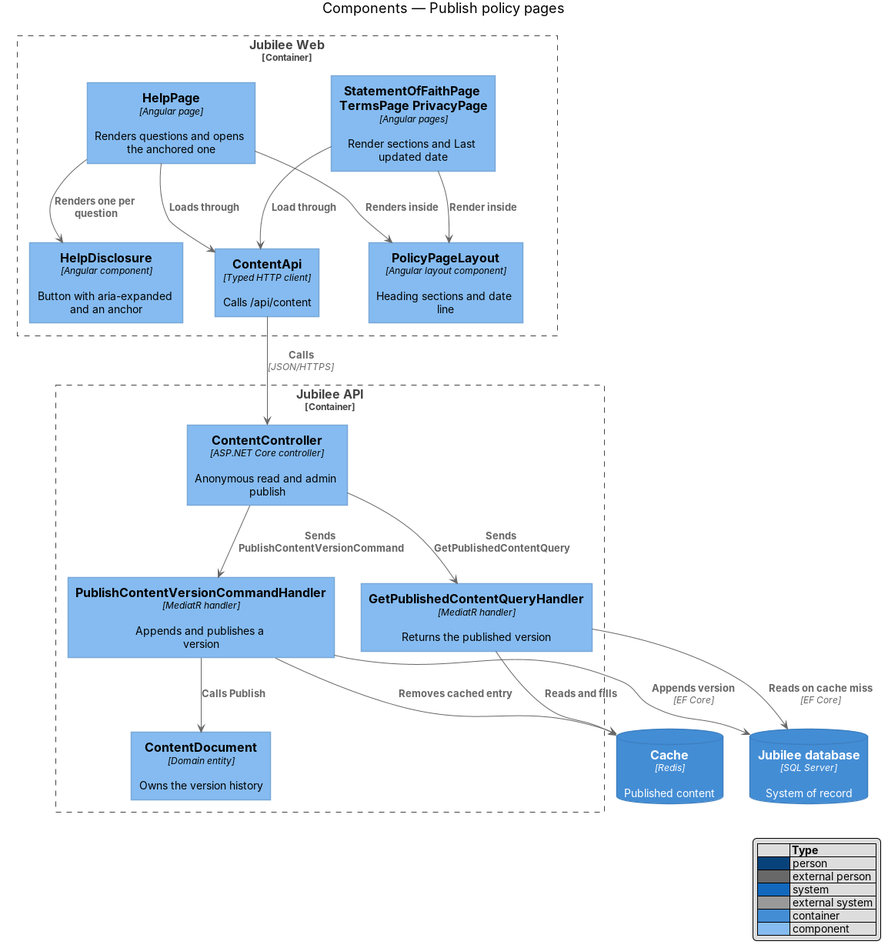
QuinntyneBrown/jubilee keeps this PlantUML diagram as docs/detailed-designs/trust-content/publish-policy-pages/diagrams/c4-component.png. Above is the earlier version. Its source is kept beside it as docs/detailed-designs/trust-content/publish-policy-pages/diagrams/c4-component.puml. Source of this version:
```plantuml
@startuml
!include <C4/C4_Component>
LAYOUT_WITH_LEGEND()
title Components — Publish policy pages

Container_Boundary(web, "Jubilee Web") {
  Component(pages, "StatementOfFaithPage TermsPage PrivacyPage", "Angular pages", "Render sections and Last updated date")
  Component(help, "HelpPage", "Angular page", "Renders questions and opens the anchored one")
  Component(disc, "HelpDisclosure", "Angular component", "Button with aria-expanded and an anchor")
  Component(layout, "PolicyPageLayout", "Angular layout component", "Heading sections and date line")
  Component(client, "ContentApi", "Typed HTTP client", "Calls /api/content")
}
Container_Boundary(api, "Jubilee API") {
  Component(ctrl, "ContentController", "ASP.NET Core controller", "Anonymous read and admin publish")
  Component(read, "GetPublishedContentQueryHandler", "MediatR handler", "Returns the published version")
  Component(pub, "PublishContentVersionCommandHandler", "MediatR handler", "Appends and publishes a version")
  Component(doc, "ContentDocument", "Domain entity", "Owns the version history")
}
ContainerDb(db, "Jubilee database", "SQL Server", "System of record")
ContainerDb(cache, "Cache", "Redis", "Published content")

Rel(pages, layout, "Render inside")
Rel(help, layout, "Renders inside")
Rel(help, disc, "Renders one per question")
Rel(pages, client, "Load through")
Rel(help, client, "Loads through")
Rel(client, ctrl, "Calls", "JSON/HTTPS")
Rel(ctrl, read, "Sends GetPublishedContentQuery")
Rel(ctrl, pub, "Sends PublishContentVersionCommand")
Rel(read, cache, "Reads and fills")
Rel(read, db, "Reads on cache miss", "EF Core")
Rel(pub, doc, "Calls Publish")
Rel(pub, db, "Appends version", "EF Core")
Rel(pub, cache, "Removes cached entry")
@enduml
```
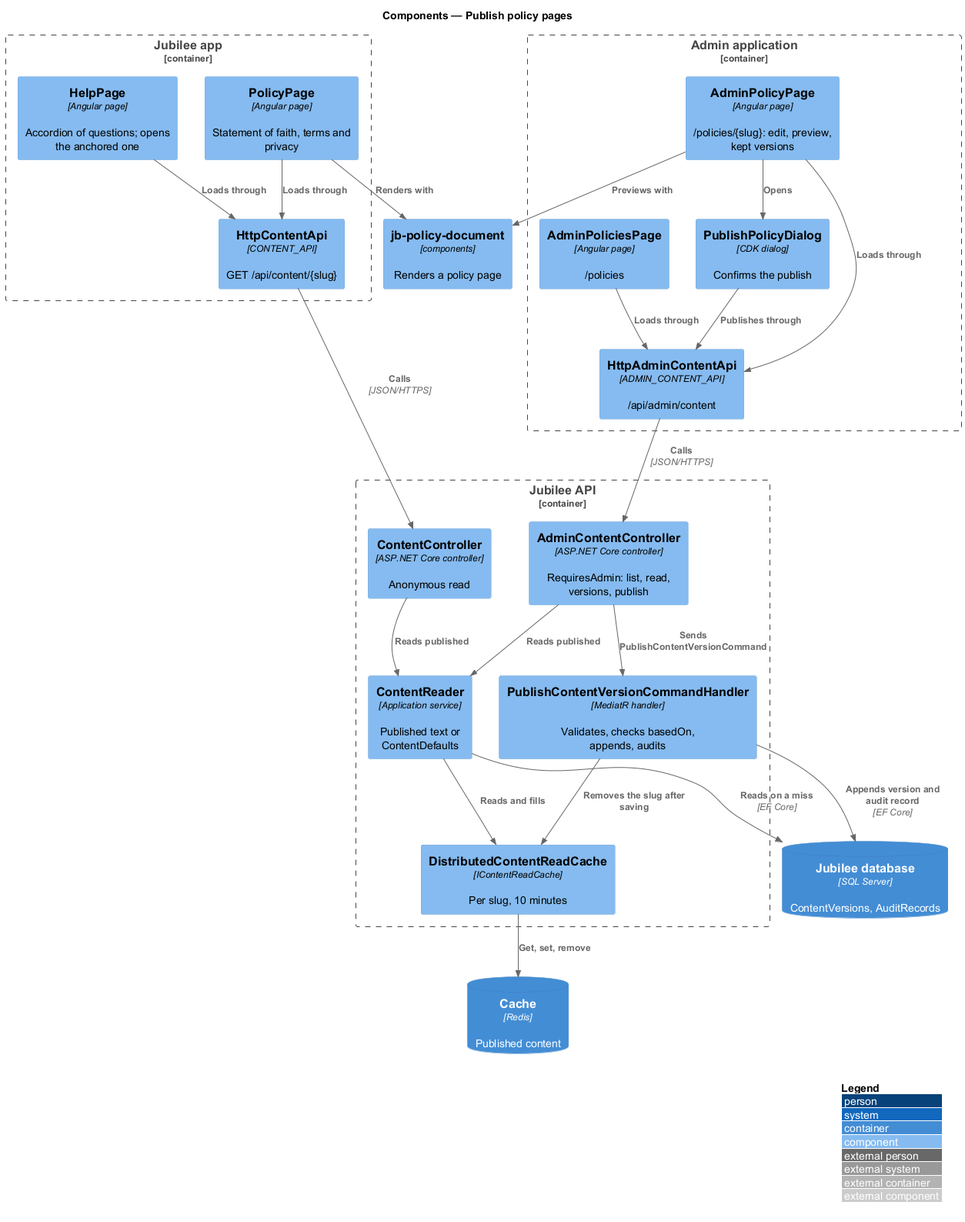
Later version of the same file.

The edit, as a diff of the source:
```diff
@@ -3,33 +3,44 @@
 LAYOUT_WITH_LEGEND()
 title Components — Publish policy pages
 
-Container_Boundary(web, "Jubilee Web") {
-  Component(pages, "StatementOfFaithPage TermsPage PrivacyPage", "Angular pages", "Render sections and Last updated date")
-  Component(help, "HelpPage", "Angular page", "Renders questions and opens the anchored one")
-  Component(disc, "HelpDisclosure", "Angular component", "Button with aria-expanded and an anchor")
-  Component(layout, "PolicyPageLayout", "Angular layout component", "Heading sections and date line")
-  Component(client, "ContentApi", "Typed HTTP client", "Calls /api/content")
+Container_Boundary(web, "Jubilee app") {
+  Component(pages, "PolicyPage", "Angular page", "Statement of faith, terms and privacy")
+  Component(help, "HelpPage", "Angular page", "Accordion of questions; opens the anchored one")
+  Component(client, "HttpContentApi", "CONTENT_API", "GET /api/content/{slug}")
 }
+Container_Boundary(admin, "Admin application") {
+  Component(list, "AdminPoliciesPage", "Angular page", "/policies")
+  Component(editor, "AdminPolicyPage", "Angular page", "/policies/{slug}: edit, preview, kept versions")
+  Component(dialog, "PublishPolicyDialog", "CDK dialog", "Confirms the publish")
+  Component(adminClient, "HttpAdminContentApi", "ADMIN_CONTENT_API", "/api/admin/content")
+}
+Component(doc, "jb-policy-document", "components", "Renders a policy page")
 Container_Boundary(api, "Jubilee API") {
-  Component(ctrl, "ContentController", "ASP.NET Core controller", "Anonymous read and admin publish")
-  Component(read, "GetPublishedContentQueryHandler", "MediatR handler", "Returns the published version")
-  Component(pub, "PublishContentVersionCommandHandler", "MediatR handler", "Appends and publishes a version")
-  Component(doc, "ContentDocument", "Domain entity", "Owns the version history")
+  Component(ctrl, "ContentController", "ASP.NET Core controller", "Anonymous read")
+  Component(actrl, "AdminContentController", "ASP.NET Core controller", "RequiresAdmin: list, read, versions, publish")
+  Component(reader, "ContentReader", "Application service", "Published text or ContentDefaults")
+  Component(pub, "PublishContentVersionCommandHandler", "MediatR handler", "Validates, checks basedOn, appends, audits")
+  Component(cacheSvc, "DistributedContentReadCache", "IContentReadCache", "Per slug, 10 minutes")
 }
-ContainerDb(db, "Jubilee database", "SQL Server", "System of record")
+ContainerDb(db, "Jubilee database", "SQL Server", "ContentVersions, AuditRecords")
 ContainerDb(cache, "Cache", "Redis", "Published content")
 
-Rel(pages, layout, "Render inside")
-Rel(help, layout, "Renders inside")
-Rel(help, disc, "Renders one per question")
-Rel(pages, client, "Load through")
+Rel(pages, doc, "Renders with")
+Rel(editor, doc, "Previews with")
+Rel(pages, client, "Loads through")
 Rel(help, client, "Loads through")
+Rel(list, adminClient, "Loads through")
+Rel(editor, dialog, "Opens")
+Rel(editor, adminClient, "Loads through")
+Rel(dialog, adminClient, "Publishes through")
 Rel(client, ctrl, "Calls", "JSON/HTTPS")
-Rel(ctrl, read, "Sends GetPublishedContentQuery")
-Rel(ctrl, pub, "Sends PublishContentVersionCommand")
-Rel(read, cache, "Reads and fills")
-Rel(read, db, "Reads on cache miss", "EF Core")
-Rel(pub, doc, "Calls Publish")
-Rel(pub, db, "Appends version", "EF Core")
-Rel(pub, cache, "Removes cached entry")
+Rel(adminClient, actrl, "Calls", "JSON/HTTPS")
+Rel(ctrl, reader, "Reads published")
+Rel(actrl, reader, "Reads published")
+Rel(actrl, pub, "Sends PublishContentVersionCommand")
+Rel(reader, cacheSvc, "Reads and fills")
+Rel(cacheSvc, cache, "Get, set, remove")
+Rel(reader, db, "Reads on a miss", "EF Core")
+Rel(pub, db, "Appends version and audit record", "EF Core")
+Rel(pub, cacheSvc, "Removes the slug after saving")
 @enduml
```
